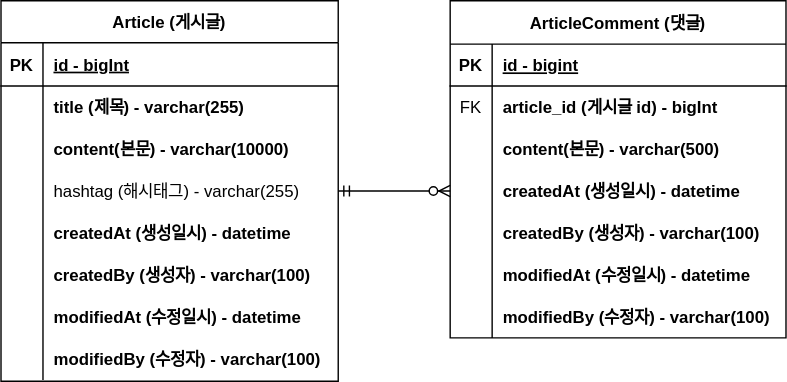
This is document/project-board-erd.drawio.svg from jonnygim/fastcampus-project-board, a draw.io export, as it was before one commit. Source tidied: cells renumbered, new cells last; positions are measured from the earlier drawing's top-left corner, leaving out a move shared by most shapes.
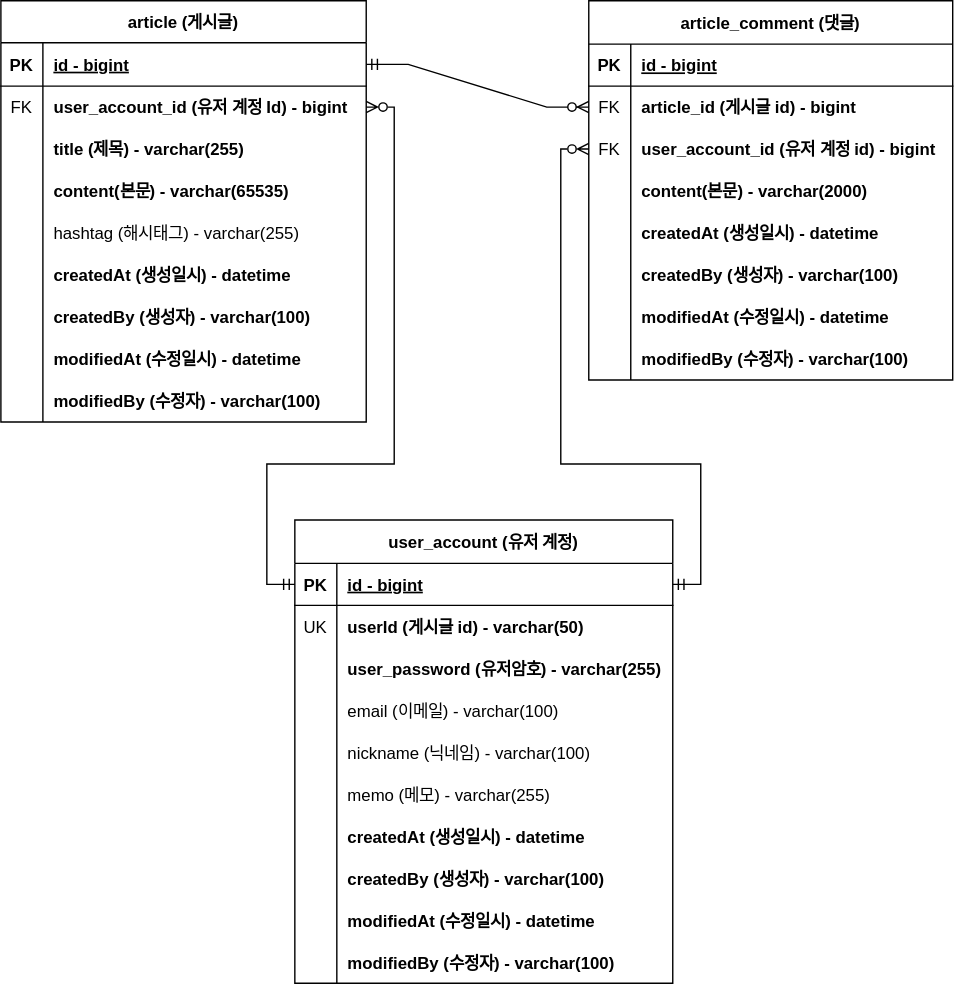
Later version of the same file.

Commit message:
#20 - erd 업데이트 : 계정 도메인 추가

The edit, as a diff of the source:
```diff
@@ -4,7 +4,7 @@
     <mxCell id="1" parent="0" />
-    <mxCell id="2" value="Article (게시글)" style="shape=table;startSize=30;rowLines=0;fontStyle=1;align=center;" parent="1" vertex="1">
-      <mxGeometry width="241" height="272" as="geometry" />
+    <mxCell id="2" value="article (게시글)" style="shape=table;startSize=30;rowLines=0;fontStyle=1;align=center;" parent="1" vertex="1">
+      <mxGeometry x="-39" width="261" height="301" as="geometry" />
     </mxCell>
     <mxCell id="3" style="shape=partialRectangle;fillColor=none;points=[[0,0.5],[1,0.5]];portConstraint=eastwest;top=0;left=0;right=0;bottom=1;" parent="2" vertex="1">
-      <mxGeometry y="30" width="241" height="31" as="geometry" />
+      <mxGeometry y="30" width="261" height="31" as="geometry" />
     </mxCell>
@@ -13,16 +13,25 @@
     </mxCell>
-    <mxCell id="5" value="id - bigInt" style="shape=partialRectangle;overflow=hidden;fillColor=none;top=0;left=0;bottom=0;right=0;align=left;spacingLeft=6;fontStyle=5;" parent="3" vertex="1">
-      <mxGeometry x="30" width="211" height="31" as="geometry" />
+    <mxCell id="5" value="id - bigint" style="shape=partialRectangle;overflow=hidden;fillColor=none;top=0;left=0;bottom=0;right=0;align=left;spacingLeft=6;fontStyle=5;" parent="3" vertex="1">
+      <mxGeometry x="30" width="231" height="31" as="geometry" />
     </mxCell>
     <mxCell id="6" style="shape=partialRectangle;fillColor=none;points=[[0,0.5],[1,0.5]];portConstraint=eastwest;top=0;left=0;right=0;bottom=0;" parent="2" vertex="1">
-      <mxGeometry y="61" width="241" height="30" as="geometry" />
+      <mxGeometry y="61" width="261" height="30" as="geometry" />
     </mxCell>
-    <mxCell id="7" style="shape=partialRectangle;overflow=hidden;fillColor=none;top=0;left=0;bottom=0;right=0;" parent="6" vertex="1">
+    <mxCell id="7" value="FK" style="shape=partialRectangle;overflow=hidden;fillColor=none;top=0;left=0;bottom=0;right=0;" parent="6" vertex="1">
       <mxGeometry width="30" height="30" as="geometry" />
     </mxCell>
-    <mxCell id="8" value="title (제목) - varchar(255)" style="shape=partialRectangle;overflow=hidden;fillColor=none;top=0;left=0;bottom=0;right=0;align=left;spacingLeft=6;fontStyle=1;" parent="6" vertex="1">
-      <mxGeometry x="30" width="211" height="30" as="geometry" />
+    <mxCell id="8" value="user_account_id (유저 계정 Id) - bigint" style="shape=partialRectangle;overflow=hidden;fillColor=none;top=0;left=0;bottom=0;right=0;align=left;spacingLeft=6;fontStyle=1;" parent="6" vertex="1">
+      <mxGeometry x="30" width="231" height="30" as="geometry" />
     </mxCell>
+    <mxCell id="50" style="shape=partialRectangle;fillColor=none;top=0;left=0;right=0;bottom=0;" parent="2" vertex="1">
+      <mxGeometry y="91" width="261" height="30" as="geometry" />
+    </mxCell>
+    <mxCell id="51" style="shape=partialRectangle;overflow=hidden;fillColor=none;top=0;left=0;bottom=0;right=0;" parent="50" vertex="1">
+      <mxGeometry width="30" height="30" as="geometry" />
+    </mxCell>
+    <mxCell id="52" value="title (제목) - varchar(255)" style="shape=partialRectangle;overflow=hidden;fillColor=none;top=0;left=0;bottom=0;right=0;align=left;spacingLeft=6;fontStyle=1;" parent="50" vertex="1">
+      <mxGeometry x="30" width="231" height="30" as="geometry" />
+    </mxCell>
     <mxCell id="9" style="shape=partialRectangle;fillColor=none;top=0;left=0;right=0;bottom=0;" parent="2" vertex="1">
-      <mxGeometry y="91" width="241" height="30" as="geometry" />
+      <mxGeometry y="121" width="261" height="30" as="geometry" />
     </mxCell>
@@ -31,7 +40,7 @@
     </mxCell>
-    <mxCell id="11" value="content(본문) - varchar(10000)" style="shape=partialRectangle;overflow=hidden;fillColor=none;top=0;left=0;bottom=0;right=0;align=left;spacingLeft=6;fontStyle=1;" parent="9" vertex="1">
-      <mxGeometry x="30" width="211" height="30" as="geometry" />
+    <mxCell id="11" value="content(본문) - varchar(65535)" style="shape=partialRectangle;overflow=hidden;fillColor=none;top=0;left=0;bottom=0;right=0;align=left;spacingLeft=6;fontStyle=1;" parent="9" vertex="1">
+      <mxGeometry x="30" width="231" height="30" as="geometry" />
     </mxCell>
     <mxCell id="12" style="shape=partialRectangle;fillColor=none;points=[[0,0.5],[1,0.5]];portConstraint=eastwest;top=0;left=0;right=0;bottom=0;" parent="2" vertex="1">
-      <mxGeometry y="121" width="241" height="30" as="geometry" />
+      <mxGeometry y="151" width="261" height="30" as="geometry" />
     </mxCell>
@@ -41,6 +50,6 @@
     <mxCell id="14" value="hashtag (해시태그) - varchar(255)" style="shape=partialRectangle;overflow=hidden;fillColor=none;top=0;left=0;bottom=0;right=0;align=left;spacingLeft=6;" parent="12" vertex="1">
-      <mxGeometry x="30" width="211" height="30" as="geometry" />
+      <mxGeometry x="30" width="231" height="30" as="geometry" />
     </mxCell>
     <mxCell id="15" style="shape=partialRectangle;fillColor=none;top=0;left=0;right=0;bottom=0;" parent="2" vertex="1">
-      <mxGeometry y="151" width="241" height="30" as="geometry" />
+      <mxGeometry y="181" width="261" height="30" as="geometry" />
     </mxCell>
@@ -50,6 +59,6 @@
     <mxCell id="17" value="createdAt (생성일시) - datetime" style="shape=partialRectangle;overflow=hidden;fillColor=none;top=0;left=0;bottom=0;right=0;align=left;spacingLeft=6;fontStyle=1;" parent="15" vertex="1">
-      <mxGeometry x="30" width="211" height="30" as="geometry" />
+      <mxGeometry x="30" width="231" height="30" as="geometry" />
     </mxCell>
     <mxCell id="18" style="shape=partialRectangle;fillColor=none;top=0;left=0;right=0;bottom=0;" parent="2" vertex="1">
-      <mxGeometry y="181" width="241" height="30" as="geometry" />
+      <mxGeometry y="211" width="261" height="30" as="geometry" />
     </mxCell>
@@ -59,6 +68,6 @@
     <mxCell id="20" value="createdBy (생성자) - varchar(100)" style="shape=partialRectangle;overflow=hidden;fillColor=none;top=0;left=0;bottom=0;right=0;align=left;spacingLeft=6;fontStyle=1;" parent="18" vertex="1">
-      <mxGeometry x="30" width="211" height="30" as="geometry" />
+      <mxGeometry x="30" width="231" height="30" as="geometry" />
     </mxCell>
     <mxCell id="21" style="shape=partialRectangle;fillColor=none;top=0;left=0;right=0;bottom=0;" parent="2" vertex="1">
-      <mxGeometry y="211" width="241" height="30" as="geometry" />
+      <mxGeometry y="241" width="261" height="30" as="geometry" />
     </mxCell>
@@ -68,6 +77,6 @@
     <mxCell id="23" value="modifiedAt (수정일시) - datetime" style="shape=partialRectangle;overflow=hidden;fillColor=none;top=0;left=0;bottom=0;right=0;align=left;spacingLeft=6;fontStyle=1;" parent="21" vertex="1">
-      <mxGeometry x="30" width="211" height="30" as="geometry" />
+      <mxGeometry x="30" width="231" height="30" as="geometry" />
     </mxCell>
     <mxCell id="24" style="shape=partialRectangle;fillColor=none;top=0;left=0;right=0;bottom=0;" parent="2" vertex="1">
-      <mxGeometry y="241" width="241" height="30" as="geometry" />
+      <mxGeometry y="271" width="261" height="30" as="geometry" />
     </mxCell>
@@ -77,9 +86,9 @@
     <mxCell id="26" value="modifiedBy (수정자) - varchar(100)" style="shape=partialRectangle;overflow=hidden;fillColor=none;top=0;left=0;bottom=0;right=0;align=left;spacingLeft=6;fontStyle=1;" parent="24" vertex="1">
-      <mxGeometry x="30" width="211" height="30" as="geometry" />
+      <mxGeometry x="30" width="231" height="30" as="geometry" />
     </mxCell>
-    <mxCell id="27" value="ArticleComment (댓글)" style="shape=table;startSize=31;rowLines=0;fontStyle=1;align=center;" parent="1" vertex="1">
-      <mxGeometry x="321" width="240" height="241" as="geometry" />
+    <mxCell id="27" value="article_comment (댓글)" style="shape=table;startSize=31;rowLines=0;fontStyle=1;align=center;" parent="1" vertex="1">
+      <mxGeometry x="381" width="260" height="271" as="geometry" />
     </mxCell>
     <mxCell id="28" style="shape=partialRectangle;fillColor=none;top=0;left=0;right=0;bottom=1;" parent="27" vertex="1">
-      <mxGeometry y="31" width="240" height="30" as="geometry" />
+      <mxGeometry y="31" width="260" height="30" as="geometry" />
     </mxCell>
@@ -89,6 +98,6 @@
     <mxCell id="30" value="id - bigint" style="shape=partialRectangle;overflow=hidden;fillColor=none;top=0;left=0;bottom=0;right=0;align=left;spacingLeft=6;fontStyle=5;" parent="28" vertex="1">
-      <mxGeometry x="30" width="210" height="30" as="geometry" />
+      <mxGeometry x="30" width="230" height="30" as="geometry" />
     </mxCell>
     <mxCell id="31" style="shape=partialRectangle;fillColor=none;points=[[0,0.5],[1,0.5]];portConstraint=eastwest;top=0;left=0;right=0;bottom=0;" parent="27" vertex="1">
-      <mxGeometry y="61" width="240" height="30" as="geometry" />
+      <mxGeometry y="61" width="260" height="30" as="geometry" />
     </mxCell>
@@ -97,7 +106,16 @@
     </mxCell>
-    <mxCell id="33" value="article_id (게시글 id) - bigInt" style="shape=partialRectangle;overflow=hidden;fillColor=none;top=0;left=0;bottom=0;right=0;align=left;spacingLeft=6;fontStyle=1;" parent="31" vertex="1">
-      <mxGeometry x="30" width="210" height="30" as="geometry" />
+    <mxCell id="33" value="article_id (게시글 id) - bigint" style="shape=partialRectangle;overflow=hidden;fillColor=none;top=0;left=0;bottom=0;right=0;align=left;spacingLeft=6;fontStyle=1;" parent="31" vertex="1">
+      <mxGeometry x="30" width="230" height="30" as="geometry" />
     </mxCell>
+    <mxCell id="53" style="shape=partialRectangle;fillColor=none;points=[[0,0.5],[1,0.5]];portConstraint=eastwest;top=0;left=0;right=0;bottom=0;" parent="27" vertex="1">
+      <mxGeometry y="91" width="260" height="30" as="geometry" />
+    </mxCell>
+    <mxCell id="54" value="FK" style="shape=partialRectangle;overflow=hidden;fillColor=none;top=0;left=0;bottom=0;right=0;" parent="53" vertex="1">
+      <mxGeometry width="30" height="30" as="geometry" />
+    </mxCell>
+    <mxCell id="55" value="user_account_id (유저 계정 id) - bigint" style="shape=partialRectangle;overflow=hidden;fillColor=none;top=0;left=0;bottom=0;right=0;align=left;spacingLeft=6;fontStyle=1;" parent="53" vertex="1">
+      <mxGeometry x="30" width="230" height="30" as="geometry" />
+    </mxCell>
     <mxCell id="34" style="shape=partialRectangle;fillColor=none;top=0;left=0;right=0;bottom=0;" parent="27" vertex="1">
-      <mxGeometry y="91" width="240" height="30" as="geometry" />
+      <mxGeometry y="121" width="260" height="30" as="geometry" />
     </mxCell>
@@ -106,7 +124,7 @@
     </mxCell>
-    <mxCell id="36" value="content(본문) - varchar(500)" style="shape=partialRectangle;overflow=hidden;fillColor=none;top=0;left=0;bottom=0;right=0;align=left;spacingLeft=6;fontStyle=1;" parent="34" vertex="1">
-      <mxGeometry x="30" width="210" height="30" as="geometry" />
+    <mxCell id="36" value="content(본문) - varchar(2000)" style="shape=partialRectangle;overflow=hidden;fillColor=none;top=0;left=0;bottom=0;right=0;align=left;spacingLeft=6;fontStyle=1;" parent="34" vertex="1">
+      <mxGeometry x="30" width="230" height="30" as="geometry" />
     </mxCell>
     <mxCell id="37" style="shape=partialRectangle;fillColor=none;points=[[0,0.5],[1,0.5]];portConstraint=eastwest;top=0;left=0;right=0;bottom=0;" parent="27" vertex="1">
-      <mxGeometry y="121" width="240" height="30" as="geometry" />
+      <mxGeometry y="151" width="260" height="30" as="geometry" />
     </mxCell>
@@ -116,6 +134,6 @@
     <mxCell id="39" value="createdAt (생성일시) - datetime" style="shape=partialRectangle;overflow=hidden;fillColor=none;top=0;left=0;bottom=0;right=0;align=left;spacingLeft=6;fontStyle=1;" parent="37" vertex="1">
-      <mxGeometry x="30" width="210" height="30" as="geometry" />
+      <mxGeometry x="30" width="230" height="30" as="geometry" />
     </mxCell>
     <mxCell id="40" style="shape=partialRectangle;fillColor=none;top=0;left=0;right=0;bottom=0;" parent="27" vertex="1">
-      <mxGeometry y="151" width="240" height="30" as="geometry" />
+      <mxGeometry y="181" width="260" height="30" as="geometry" />
     </mxCell>
@@ -125,6 +143,6 @@
     <mxCell id="42" value="createdBy (생성자) - varchar(100)" style="shape=partialRectangle;overflow=hidden;fillColor=none;top=0;left=0;bottom=0;right=0;align=left;spacingLeft=6;fontStyle=1;" parent="40" vertex="1">
-      <mxGeometry x="30" width="210" height="30" as="geometry" />
+      <mxGeometry x="30" width="230" height="30" as="geometry" />
     </mxCell>
     <mxCell id="43" style="shape=partialRectangle;fillColor=none;top=0;left=0;right=0;bottom=0;" parent="27" vertex="1">
-      <mxGeometry y="181" width="240" height="30" as="geometry" />
+      <mxGeometry y="211" width="260" height="30" as="geometry" />
     </mxCell>
@@ -134,6 +152,6 @@
     <mxCell id="45" value="modifiedAt (수정일시) - datetime" style="shape=partialRectangle;overflow=hidden;fillColor=none;top=0;left=0;bottom=0;right=0;align=left;spacingLeft=6;fontStyle=1;" parent="43" vertex="1">
-      <mxGeometry x="30" width="210" height="30" as="geometry" />
+      <mxGeometry x="30" width="230" height="30" as="geometry" />
     </mxCell>
     <mxCell id="46" style="shape=partialRectangle;fillColor=none;top=0;left=0;right=0;bottom=0;" parent="27" vertex="1">
-      <mxGeometry y="211" width="240" height="30" as="geometry" />
+      <mxGeometry y="241" width="260" height="30" as="geometry" />
     </mxCell>
@@ -143,7 +161,120 @@
     <mxCell id="48" value="modifiedBy (수정자) - varchar(100)" style="shape=partialRectangle;overflow=hidden;fillColor=none;top=0;left=0;bottom=0;right=0;align=left;spacingLeft=6;fontStyle=1;" parent="46" vertex="1">
-      <mxGeometry x="30" width="210" height="30" as="geometry" />
+      <mxGeometry x="30" width="230" height="30" as="geometry" />
     </mxCell>
-    <mxCell id="49" style="edgeStyle=entityRelationEdgeStyle;fontSize=12;html=1;endArrow=ERzeroToMany;startArrow=ERmandOne;rounded=0;exitX=1;exitY=0.5;exitDx=0;exitDy=0;entryX=0;entryY=0.5;entryDx=0;entryDy=0;" parent="1" edge="1" source="12" target="37">
-      <mxGeometry relative="1" as="geometry" />
-    </mxCell>
+    <mxCell id="56" value="user_account (유저 계정)" style="shape=table;startSize=31;rowLines=0;fontStyle=1;align=center;" parent="1" vertex="1">
+      <mxGeometry x="171" y="371" width="270" height="331" as="geometry" />
+    </mxCell>
+    <mxCell id="57" style="shape=partialRectangle;fillColor=none;points=[[0,0.5],[1,0.5]];portConstraint=eastwest;top=0;left=0;right=0;bottom=1;" parent="56" vertex="1">
+      <mxGeometry y="31" width="270" height="30" as="geometry" />
+    </mxCell>
+    <mxCell id="58" value="PK" style="shape=partialRectangle;overflow=hidden;fillColor=none;top=0;left=0;bottom=0;right=0;fontStyle=1;" parent="57" vertex="1">
+      <mxGeometry width="30" height="30" as="geometry" />
+    </mxCell>
+    <mxCell id="59" value="id - bigint" style="shape=partialRectangle;overflow=hidden;fillColor=none;top=0;left=0;bottom=0;right=0;align=left;spacingLeft=6;fontStyle=5;" parent="57" vertex="1">
+      <mxGeometry x="30" width="240" height="30" as="geometry" />
+    </mxCell>
+    <mxCell id="60" style="shape=partialRectangle;fillColor=none;top=0;left=0;right=0;bottom=0;" parent="56" vertex="1">
+      <mxGeometry y="61" width="270" height="30" as="geometry" />
+    </mxCell>
+    <mxCell id="61" value="UK" style="shape=partialRectangle;overflow=hidden;fillColor=none;top=0;left=0;bottom=0;right=0;" parent="60" vertex="1">
+      <mxGeometry width="30" height="30" as="geometry" />
+    </mxCell>
+    <mxCell id="62" value="userId (게시글 id) - varchar(50)" style="shape=partialRectangle;overflow=hidden;fillColor=none;top=0;left=0;bottom=0;right=0;align=left;spacingLeft=6;fontStyle=1;" parent="60" vertex="1">
+      <mxGeometry x="30" width="240" height="30" as="geometry" />
+    </mxCell>
+    <mxCell id="63" style="shape=partialRectangle;fillColor=none;top=0;left=0;right=0;bottom=0;" parent="56" vertex="1">
+      <mxGeometry y="91" width="270" height="30" as="geometry" />
+    </mxCell>
+    <mxCell id="64" style="shape=partialRectangle;overflow=hidden;fillColor=none;top=0;left=0;bottom=0;right=0;" parent="63" vertex="1">
+      <mxGeometry width="30" height="30" as="geometry" />
+    </mxCell>
+    <mxCell id="65" value="user_password (유저암호) - varchar(255)" style="shape=partialRectangle;overflow=hidden;fillColor=none;top=0;left=0;bottom=0;right=0;align=left;spacingLeft=6;fontStyle=1;" parent="63" vertex="1">
+      <mxGeometry x="30" width="240" height="30" as="geometry" />
+    </mxCell>
+    <mxCell id="66" style="shape=partialRectangle;fillColor=none;top=0;left=0;right=0;bottom=0;" parent="56" vertex="1">
+      <mxGeometry y="121" width="270" height="30" as="geometry" />
+    </mxCell>
+    <mxCell id="67" style="shape=partialRectangle;overflow=hidden;fillColor=none;top=0;left=0;bottom=0;right=0;" parent="66" vertex="1">
+      <mxGeometry width="30" height="30" as="geometry" />
+    </mxCell>
+    <mxCell id="68" value="email (이메일) - varchar(100)" style="shape=partialRectangle;overflow=hidden;fillColor=none;top=0;left=0;bottom=0;right=0;align=left;spacingLeft=6;fontStyle=0;" parent="66" vertex="1">
+      <mxGeometry x="30" width="240" height="30" as="geometry" />
+    </mxCell>
+    <mxCell id="69" style="shape=partialRectangle;fillColor=none;top=0;left=0;right=0;bottom=0;" parent="56" vertex="1">
+      <mxGeometry y="151" width="270" height="30" as="geometry" />
+    </mxCell>
+    <mxCell id="70" style="shape=partialRectangle;overflow=hidden;fillColor=none;top=0;left=0;bottom=0;right=0;" parent="69" vertex="1">
+      <mxGeometry width="30" height="30" as="geometry" />
+    </mxCell>
+    <mxCell id="71" value="nickname (닉네임) - varchar(100)" style="shape=partialRectangle;overflow=hidden;fillColor=none;top=0;left=0;bottom=0;right=0;align=left;spacingLeft=6;fontStyle=0;" parent="69" vertex="1">
+      <mxGeometry x="30" width="240" height="30" as="geometry" />
+    </mxCell>
+    <mxCell id="72" style="shape=partialRectangle;fillColor=none;top=0;left=0;right=0;bottom=0;" parent="56" vertex="1">
+      <mxGeometry y="181" width="270" height="30" as="geometry" />
+    </mxCell>
+    <mxCell id="73" style="shape=partialRectangle;overflow=hidden;fillColor=none;top=0;left=0;bottom=0;right=0;" parent="72" vertex="1">
+      <mxGeometry width="30" height="30" as="geometry" />
+    </mxCell>
+    <mxCell id="74" value="memo (메모) - varchar(255)" style="shape=partialRectangle;overflow=hidden;fillColor=none;top=0;left=0;bottom=0;right=0;align=left;spacingLeft=6;fontStyle=0;" parent="72" vertex="1">
+      <mxGeometry x="30" width="240" height="30" as="geometry" />
+    </mxCell>
+    <mxCell id="75" style="shape=partialRectangle;fillColor=none;top=0;left=0;right=0;bottom=0;" parent="56" vertex="1">
+      <mxGeometry y="211" width="270" height="30" as="geometry" />
+    </mxCell>
+    <mxCell id="76" style="shape=partialRectangle;overflow=hidden;fillColor=none;top=0;left=0;bottom=0;right=0;" parent="75" vertex="1">
+      <mxGeometry width="30" height="30" as="geometry" />
+    </mxCell>
+    <mxCell id="77" value="createdAt (생성일시) - datetime" style="shape=partialRectangle;overflow=hidden;fillColor=none;top=0;left=0;bottom=0;right=0;align=left;spacingLeft=6;fontStyle=1;" parent="75" vertex="1">
+      <mxGeometry x="30" width="240" height="30" as="geometry" />
+    </mxCell>
+    <mxCell id="78" style="shape=partialRectangle;fillColor=none;top=0;left=0;right=0;bottom=0;" parent="56" vertex="1">
+      <mxGeometry y="241" width="270" height="30" as="geometry" />
+    </mxCell>
+    <mxCell id="79" style="shape=partialRectangle;overflow=hidden;fillColor=none;top=0;left=0;bottom=0;right=0;" parent="78" vertex="1">
+      <mxGeometry width="30" height="30" as="geometry" />
+    </mxCell>
+    <mxCell id="80" value="createdBy (생성자) - varchar(100)" style="shape=partialRectangle;overflow=hidden;fillColor=none;top=0;left=0;bottom=0;right=0;align=left;spacingLeft=6;fontStyle=1;" parent="78" vertex="1">
+      <mxGeometry x="30" width="240" height="30" as="geometry" />
+    </mxCell>
+    <mxCell id="81" style="shape=partialRectangle;fillColor=none;top=0;left=0;right=0;bottom=0;" parent="56" vertex="1">
+      <mxGeometry y="271" width="270" height="30" as="geometry" />
+    </mxCell>
+    <mxCell id="82" style="shape=partialRectangle;overflow=hidden;fillColor=none;top=0;left=0;bottom=0;right=0;" parent="81" vertex="1">
+      <mxGeometry width="30" height="30" as="geometry" />
+    </mxCell>
+    <mxCell id="83" value="modifiedAt (수정일시) - datetime" style="shape=partialRectangle;overflow=hidden;fillColor=none;top=0;left=0;bottom=0;right=0;align=left;spacingLeft=6;fontStyle=1;" parent="81" vertex="1">
+      <mxGeometry x="30" width="240" height="30" as="geometry" />
+    </mxCell>
+    <mxCell id="84" style="shape=partialRectangle;fillColor=none;top=0;left=0;right=0;bottom=0;" parent="56" vertex="1">
+      <mxGeometry y="301" width="270" height="30" as="geometry" />
+    </mxCell>
+    <mxCell id="85" style="shape=partialRectangle;overflow=hidden;fillColor=none;top=0;left=0;bottom=0;right=0;" parent="84" vertex="1">
+      <mxGeometry width="30" height="30" as="geometry" />
+    </mxCell>
+    <mxCell id="86" value="modifiedBy (수정자) - varchar(100)" style="shape=partialRectangle;overflow=hidden;fillColor=none;top=0;left=0;bottom=0;right=0;align=left;spacingLeft=6;fontStyle=1;" parent="84" vertex="1">
+      <mxGeometry x="30" width="240" height="30" as="geometry" />
+    </mxCell>
+    <mxCell id="87" style="edgeStyle=entityRelationEdgeStyle;fontSize=12;html=1;endArrow=ERzeroToMany;startArrow=ERmandOne;rounded=0;entryX=0;entryY=0.5;entryDx=0;entryDy=0;exitX=1;exitY=0.5;exitDx=0;exitDy=0;" parent="1" edge="1" source="3" target="31">
+      <mxGeometry relative="1" as="geometry" />
+    </mxCell>
+    <mxCell id="88" style="edgeStyle=orthogonalEdgeStyle;rounded=0;jettySize=auto;html=1;entryX=1;entryY=0.5;entryDx=0;entryDy=0;startArrow=ERmandOne;startFill=0;endArrow=ERzeroToMany;endFill=0;" parent="1" edge="1" source="57" target="6">
+      <mxGeometry relative="1" as="geometry">
+        <Array as="points">
+          <mxPoint x="151" y="417" />
+          <mxPoint x="151" y="331" />
+          <mxPoint x="242" y="331" />
+          <mxPoint x="242" y="76" />
+        </Array>
+      </mxGeometry>
+    </mxCell>
+    <mxCell id="89" style="edgeStyle=orthogonalEdgeStyle;rounded=0;jettySize=auto;html=1;entryX=0;entryY=0.5;entryDx=0;entryDy=0;startArrow=ERmandOne;startFill=0;endArrow=ERzeroToMany;endFill=0;" parent="1" edge="1" source="57" target="53">
+      <mxGeometry relative="1" as="geometry">
+        <Array as="points">
+          <mxPoint x="461" y="417" />
+          <mxPoint x="461" y="331" />
+          <mxPoint x="361" y="331" />
+          <mxPoint x="361" y="106" />
+        </Array>
+      </mxGeometry>
+    </mxCell>
   </root>
```
